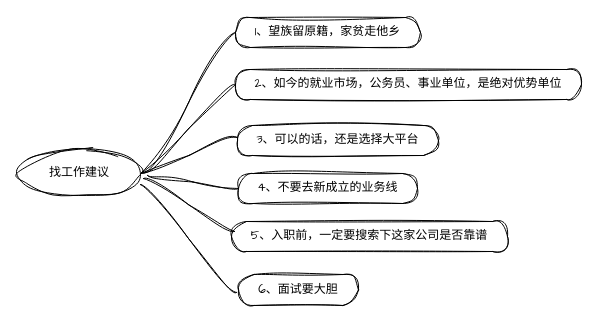
Above: yr-找工作建议.drawio in herozdz/drawio (draw.io), before the change. Source tidied: cells renumbered, new cells numbered last; positions are measured from the earlier drawing's top-left corner, leaving out a move shared by most shapes. Both pictures are drawn from the tidied source at 100%, with x=0, y=0 at pixel (17, 17).
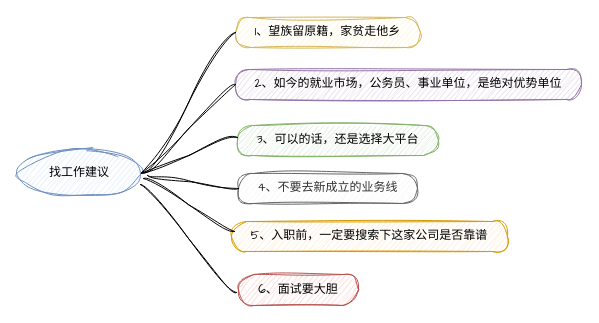
After the change.

Commit message (it also covers changes not shown here):
更新yr-找工作建议.drawio

Change to the diagram source:
```diff
@@
-    <mxCell id="2" value="找工作建议" style="ellipse;whiteSpace=wrap;html=1;align=center;newEdgeStyle={&quot;edgeStyle&quot;:&quot;entityRelationEdgeStyle&quot;,&quot;startArrow&quot;:&quot;none&quot;,&quot;endArrow&quot;:&quot;none&quot;,&quot;segment&quot;:10,&quot;curved&quot;:1,&quot;sourcePerimeterSpacing&quot;:0,&quot;targetPerimeterSpacing&quot;:0};sketch=1;hachureGap=4;jiggle=2;curveFitting=1;fontFamily=Architects Daughter;" parent="1" vertex="1">
+    <mxCell id="2" value="找工作建议" style="ellipse;whiteSpace=wrap;html=1;align=center;newEdgeStyle={&quot;edgeStyle&quot;:&quot;entityRelationEdgeStyle&quot;,&quot;startArrow&quot;:&quot;none&quot;,&quot;endArrow&quot;:&quot;none&quot;,&quot;segment&quot;:10,&quot;curved&quot;:1,&quot;sourcePerimeterSpacing&quot;:0,&quot;targetPerimeterSpacing&quot;:0};sketch=1;hachureGap=4;jiggle=2;curveFitting=1;fontFamily=Architects Daughter;fillColor=#dae8fc;strokeColor=#6c8ebf;" parent="1" vertex="1">
       <mxGeometry y="132" width="124" height="47" as="geometry" />
     </mxCell>
-    <mxCell id="3" value="1、望族留原籍，家贫走他乡" style="whiteSpace=wrap;html=1;rounded=1;arcSize=50;align=center;verticalAlign=middle;strokeWidth=1;spacing=4;newEdgeStyle={&quot;edgeStyle&quot;:&quot;entityRelationEdgeStyle&quot;,&quot;startArrow&quot;:&quot;none&quot;,&quot;endArrow&quot;:&quot;none&quot;,&quot;segment&quot;:10,&quot;curved&quot;:1,&quot;sourcePerimeterSpacing&quot;:0,&quot;targetPerimeterSpacing&quot;:0};sketch=1;hachureGap=4;jiggle=2;curveFitting=1;fontFamily=Architects Daughter;" parent="1" vertex="1">
+    <mxCell id="3" value="1、望族留原籍，家贫走他乡" style="whiteSpace=wrap;html=1;rounded=1;arcSize=50;align=center;verticalAlign=middle;strokeWidth=1;spacing=4;newEdgeStyle={&quot;edgeStyle&quot;:&quot;entityRelationEdgeStyle&quot;,&quot;startArrow&quot;:&quot;none&quot;,&quot;endArrow&quot;:&quot;none&quot;,&quot;segment&quot;:10,&quot;curved&quot;:1,&quot;sourcePerimeterSpacing&quot;:0,&quot;targetPerimeterSpacing&quot;:0};sketch=1;hachureGap=4;jiggle=2;curveFitting=1;fontFamily=Architects Daughter;fillColor=#fff2cc;strokeColor=#d6b656;" parent="1" vertex="1">
       <mxGeometry x="218" width="185" height="30" as="geometry" />
     </mxCell>
@@
-    <mxCell id="5" value="2、如今的就业市场，公务员、事业单位，是绝对优势单位" style="whiteSpace=wrap;html=1;rounded=1;arcSize=50;align=center;verticalAlign=middle;strokeWidth=1;spacing=4;newEdgeStyle={&quot;edgeStyle&quot;:&quot;entityRelationEdgeStyle&quot;,&quot;startArrow&quot;:&quot;none&quot;,&quot;endArrow&quot;:&quot;none&quot;,&quot;segment&quot;:10,&quot;curved&quot;:1,&quot;sourcePerimeterSpacing&quot;:0,&quot;targetPerimeterSpacing&quot;:0};sketch=1;hachureGap=4;jiggle=2;curveFitting=1;fontFamily=Architects Daughter;" parent="1" vertex="1">
+    <mxCell id="5" value="2、如今的就业市场，公务员、事业单位，是绝对优势单位" style="whiteSpace=wrap;html=1;rounded=1;arcSize=50;align=center;verticalAlign=middle;strokeWidth=1;spacing=4;newEdgeStyle={&quot;edgeStyle&quot;:&quot;entityRelationEdgeStyle&quot;,&quot;startArrow&quot;:&quot;none&quot;,&quot;endArrow&quot;:&quot;none&quot;,&quot;segment&quot;:10,&quot;curved&quot;:1,&quot;sourcePerimeterSpacing&quot;:0,&quot;targetPerimeterSpacing&quot;:0};sketch=1;hachureGap=4;jiggle=2;curveFitting=1;fontFamily=Architects Daughter;fillColor=#e1d5e7;strokeColor=#9673a6;" parent="1" vertex="1">
       <mxGeometry x="218" y="52" width="346" height="30" as="geometry" />
     </mxCell>
@@
-    <mxCell id="7" value="3、可以的话，还是选择大平台" style="whiteSpace=wrap;html=1;rounded=1;arcSize=50;align=center;verticalAlign=middle;strokeWidth=1;spacing=4;newEdgeStyle={&quot;edgeStyle&quot;:&quot;entityRelationEdgeStyle&quot;,&quot;startArrow&quot;:&quot;none&quot;,&quot;endArrow&quot;:&quot;none&quot;,&quot;segment&quot;:10,&quot;curved&quot;:1,&quot;sourcePerimeterSpacing&quot;:0,&quot;targetPerimeterSpacing&quot;:0};sketch=1;hachureGap=4;jiggle=2;curveFitting=1;fontFamily=Architects Daughter;" parent="1" vertex="1">
+    <mxCell id="7" value="3、可以的话，还是选择大平台" style="whiteSpace=wrap;html=1;rounded=1;arcSize=50;align=center;verticalAlign=middle;strokeWidth=1;spacing=4;newEdgeStyle={&quot;edgeStyle&quot;:&quot;entityRelationEdgeStyle&quot;,&quot;startArrow&quot;:&quot;none&quot;,&quot;endArrow&quot;:&quot;none&quot;,&quot;segment&quot;:10,&quot;curved&quot;:1,&quot;sourcePerimeterSpacing&quot;:0,&quot;targetPerimeterSpacing&quot;:0};sketch=1;hachureGap=4;jiggle=2;curveFitting=1;fontFamily=Architects Daughter;fillColor=#d5e8d4;strokeColor=#82b366;" parent="1" vertex="1">
       <mxGeometry x="220" y="108" width="201" height="30" as="geometry" />
     </mxCell>
@@
-    <mxCell id="9" value="4、不要去新成立的业务线" style="whiteSpace=wrap;html=1;rounded=1;arcSize=50;align=center;verticalAlign=middle;strokeWidth=1;spacing=4;newEdgeStyle={&quot;edgeStyle&quot;:&quot;entityRelationEdgeStyle&quot;,&quot;startArrow&quot;:&quot;none&quot;,&quot;endArrow&quot;:&quot;none&quot;,&quot;segment&quot;:10,&quot;curved&quot;:1,&quot;sourcePerimeterSpacing&quot;:0,&quot;targetPerimeterSpacing&quot;:0};sketch=1;hachureGap=4;jiggle=2;curveFitting=1;fontFamily=Architects Daughter;" parent="1" vertex="1">
+    <mxCell id="9" value="4、不要去新成立的业务线" style="whiteSpace=wrap;html=1;rounded=1;arcSize=50;align=center;verticalAlign=middle;strokeWidth=1;spacing=4;newEdgeStyle={&quot;edgeStyle&quot;:&quot;entityRelationEdgeStyle&quot;,&quot;startArrow&quot;:&quot;none&quot;,&quot;endArrow&quot;:&quot;none&quot;,&quot;segment&quot;:10,&quot;curved&quot;:1,&quot;sourcePerimeterSpacing&quot;:0,&quot;targetPerimeterSpacing&quot;:0};sketch=1;hachureGap=4;jiggle=2;curveFitting=1;fontFamily=Architects Daughter;fillColor=#f5f5f5;fontColor=#333333;strokeColor=#666666;" parent="1" vertex="1">
       <mxGeometry x="221" y="156" width="179" height="30" as="geometry" />
     </mxCell>
@@
-    <mxCell id="11" value="5、入职前，一定要搜索下这家公司是否靠谱" style="whiteSpace=wrap;html=1;rounded=1;arcSize=50;align=center;verticalAlign=middle;strokeWidth=1;spacing=4;newEdgeStyle={&quot;edgeStyle&quot;:&quot;entityRelationEdgeStyle&quot;,&quot;startArrow&quot;:&quot;none&quot;,&quot;endArrow&quot;:&quot;none&quot;,&quot;segment&quot;:10,&quot;curved&quot;:1,&quot;sourcePerimeterSpacing&quot;:0,&quot;targetPerimeterSpacing&quot;:0};sketch=1;hachureGap=4;jiggle=2;curveFitting=1;fontFamily=Architects Daughter;" parent="1" vertex="1">
+    <mxCell id="11" value="5、入职前，一定要搜索下这家公司是否靠谱" style="whiteSpace=wrap;html=1;rounded=1;arcSize=50;align=center;verticalAlign=middle;strokeWidth=1;spacing=4;newEdgeStyle={&quot;edgeStyle&quot;:&quot;entityRelationEdgeStyle&quot;,&quot;startArrow&quot;:&quot;none&quot;,&quot;endArrow&quot;:&quot;none&quot;,&quot;segment&quot;:10,&quot;curved&quot;:1,&quot;sourcePerimeterSpacing&quot;:0,&quot;targetPerimeterSpacing&quot;:0};sketch=1;hachureGap=4;jiggle=2;curveFitting=1;fontFamily=Architects Daughter;fillColor=#ffe6cc;strokeColor=#d79b00;" parent="1" vertex="1">
       <mxGeometry x="214" y="204" width="276" height="30" as="geometry" />
     </mxCell>
@@
-    <mxCell id="13" value="6、面试要大胆" style="whiteSpace=wrap;html=1;rounded=1;arcSize=50;align=center;verticalAlign=middle;strokeWidth=1;spacing=4;newEdgeStyle={&quot;edgeStyle&quot;:&quot;entityRelationEdgeStyle&quot;,&quot;startArrow&quot;:&quot;none&quot;,&quot;endArrow&quot;:&quot;none&quot;,&quot;segment&quot;:10,&quot;curved&quot;:1,&quot;sourcePerimeterSpacing&quot;:0,&quot;targetPerimeterSpacing&quot;:0};sketch=1;hachureGap=4;jiggle=2;curveFitting=1;fontFamily=Architects Daughter;" parent="1" vertex="1">
+    <mxCell id="13" value="6、面试要大胆" style="whiteSpace=wrap;html=1;rounded=1;arcSize=50;align=center;verticalAlign=middle;strokeWidth=1;spacing=4;newEdgeStyle={&quot;edgeStyle&quot;:&quot;entityRelationEdgeStyle&quot;,&quot;startArrow&quot;:&quot;none&quot;,&quot;endArrow&quot;:&quot;none&quot;,&quot;segment&quot;:10,&quot;curved&quot;:1,&quot;sourcePerimeterSpacing&quot;:0,&quot;targetPerimeterSpacing&quot;:0};sketch=1;hachureGap=4;jiggle=2;curveFitting=1;fontFamily=Architects Daughter;fillColor=#f8cecc;strokeColor=#b85450;" parent="1" vertex="1">
       <mxGeometry x="221" y="257" width="120" height="31" as="geometry" />
     </mxCell>
```
